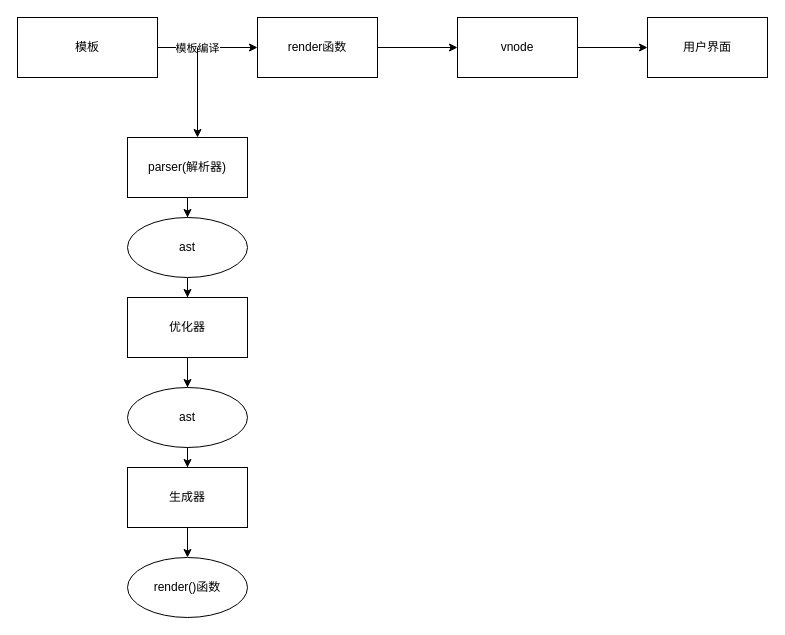
Before: Vue原理.drawio in Wanqi-wq/learning-diagrams, a draw.io diagram. Source tidied: cells renumbered, new cells numbered last; positions are measured from the earlier drawing's top-left corner, leaving out a move shared by most shapes. Both pictures are drawn from the tidied source at 100%, with x=0, y=0 at pixel (17, 17).
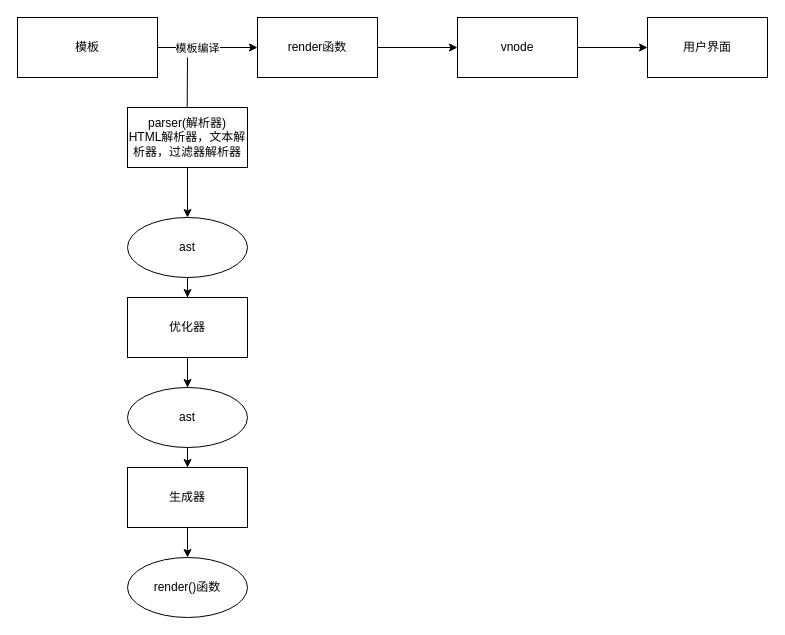
The same diagram, later.

What changed in the source:
```diff
@@
     <mxCell id="10" style="endArrow=classic;html=1;rounded=0;" parent="1" edge="1">
       <mxGeometry relative="1" as="geometry">
-        <mxPoint x="180" y="30" as="sourcePoint" />
-        <mxPoint x="180" y="120" as="targetPoint" />
+        <mxPoint x="170" y="40" as="sourcePoint" />
+        <mxPoint x="169.5" y="120" as="targetPoint" />
       </mxGeometry>
     </mxCell>
@@
-    <mxCell id="12" value="parser(解析器)" style="rounded=0;whiteSpace=wrap;html=1;" parent="1" vertex="1">
-      <mxGeometry x="110" y="120" width="120" height="60" as="geometry" />
+    <mxCell id="12" value="parser(解析器)&lt;br&gt;HTML解析器，文本解析器，过滤器解析器" style="rounded=0;whiteSpace=wrap;html=1;" parent="1" vertex="1">
+      <mxGeometry x="110" y="90" width="120" height="60" as="geometry" />
     </mxCell>
```
